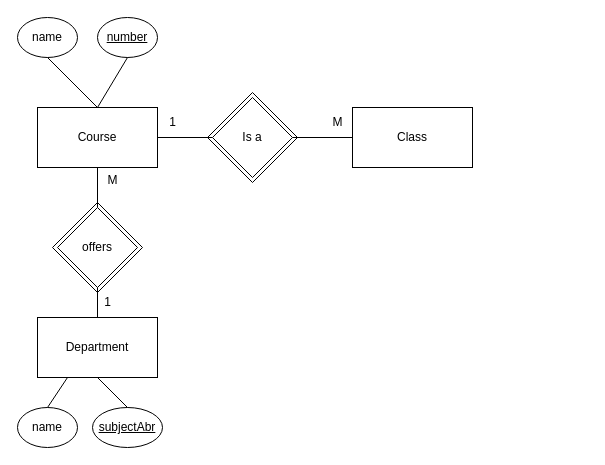
Before: CS6016/Project/CS6016_Phase1.drawio in Branden-Frieden/MSD, a draw.io diagram. Source tidied: cells renumbered, new cells numbered last; positions are measured from the earlier drawing's top-left corner, leaving out a move shared by most shapes. Both pictures are drawn from the tidied source at 100%, with x=0, y=0 at pixel (17, 17).
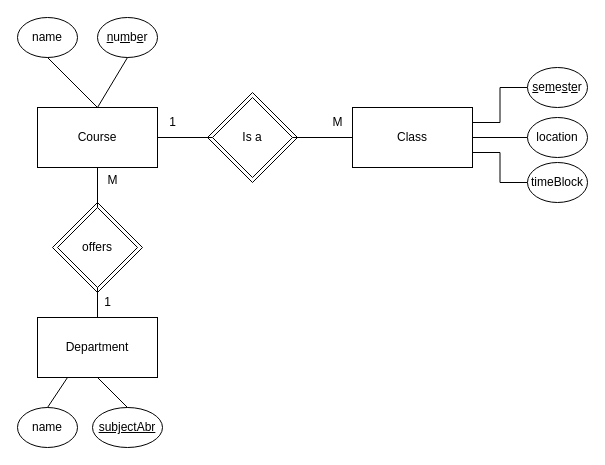
The same diagram, later.

Unchanged cells that the change refers to:
```xml
<mxCell id="20" value="Class" style="rounded=0;whiteSpace=wrap;html=1;" parent="1" vertex="1">
  <mxGeometry x="335" y="90" width="120" height="60" as="geometry" />
</mxCell>
```

Change to the diagram source:
```diff
@@
-    <mxCell id="12" value="&lt;u&gt;number&lt;/u&gt;" style="ellipse;whiteSpace=wrap;html=1;" parent="1" vertex="1">
+    <mxCell id="12" value="&lt;u&gt;n&lt;/u&gt;u&lt;u&gt;m&lt;/u&gt;b&lt;u&gt;e&lt;/u&gt;r" style="ellipse;whiteSpace=wrap;html=1;" parent="1" vertex="1">
       <mxGeometry x="80" width="60" height="40" as="geometry" />
     </mxCell>
@@
+    <mxCell id="25" style="edgeStyle=orthogonalEdgeStyle;rounded=0;jettySize=auto;html=1;exitX=0;exitY=0.5;exitDx=0;exitDy=0;entryX=1;entryY=0.25;entryDx=0;entryDy=0;endArrow=none;endFill=0;" parent="1" edge="1" source="26" target="20">
+      <mxGeometry relative="1" as="geometry" />
+    </mxCell>
+    <mxCell id="26" value="&lt;u&gt;s&lt;/u&gt;e&lt;u&gt;m&lt;/u&gt;e&lt;u&gt;s&lt;/u&gt;t&lt;u&gt;e&lt;/u&gt;r" style="ellipse;whiteSpace=wrap;html=1;" parent="1" vertex="1">
+      <mxGeometry x="510" y="50" width="60" height="40" as="geometry" />
+    </mxCell>
+    <mxCell id="27" style="edgeStyle=orthogonalEdgeStyle;rounded=0;jettySize=auto;html=1;exitX=0;exitY=0.5;exitDx=0;exitDy=0;entryX=1;entryY=0.5;entryDx=0;entryDy=0;endArrow=none;endFill=0;" parent="1" edge="1" source="28" target="20">
+      <mxGeometry relative="1" as="geometry" />
+    </mxCell>
+    <mxCell id="28" value="location" style="ellipse;whiteSpace=wrap;html=1;" parent="1" vertex="1">
+      <mxGeometry x="510" y="100" width="60" height="40" as="geometry" />
+    </mxCell>
+    <mxCell id="29" style="edgeStyle=orthogonalEdgeStyle;rounded=0;jettySize=auto;html=1;exitX=0;exitY=0.5;exitDx=0;exitDy=0;entryX=1;entryY=0.75;entryDx=0;entryDy=0;endArrow=none;endFill=0;" parent="1" edge="1" source="30" target="20">
+      <mxGeometry relative="1" as="geometry" />
+    </mxCell>
+    <mxCell id="30" value="timeBlock" style="ellipse;whiteSpace=wrap;html=1;" parent="1" vertex="1">
+      <mxGeometry x="510" y="145" width="60" height="40" as="geometry" />
+    </mxCell>
```
